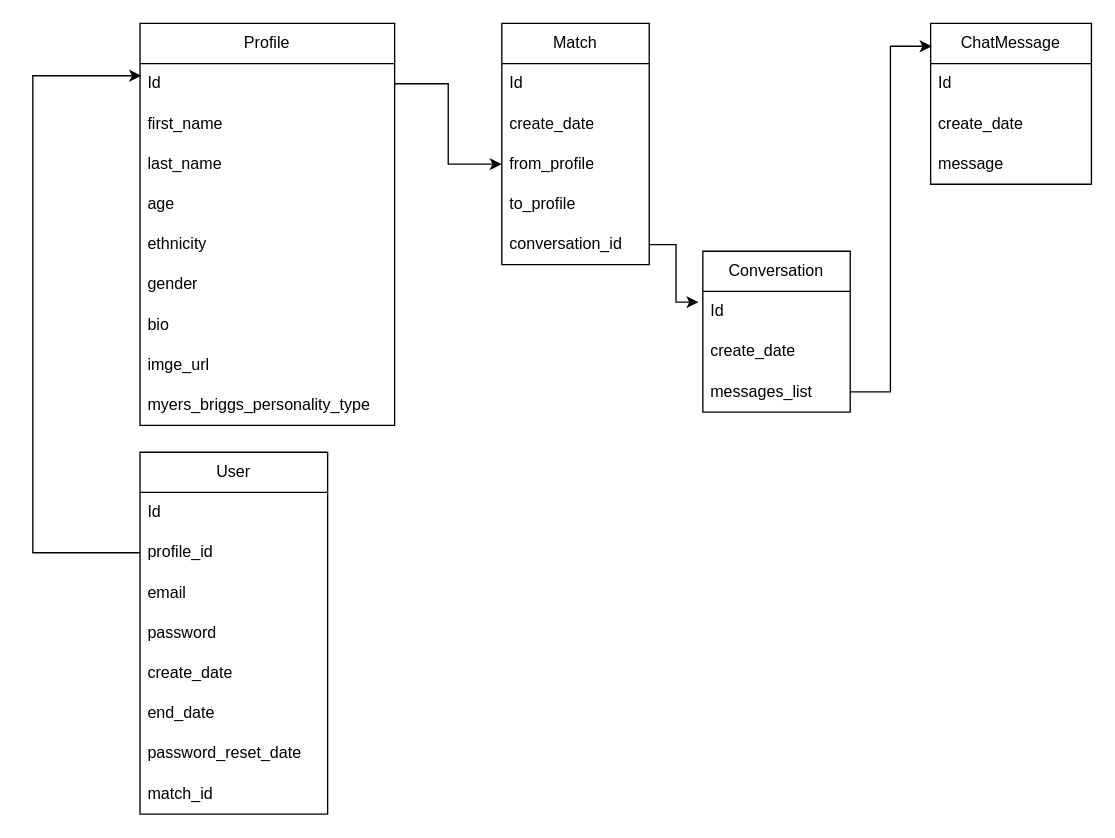
Earlier version of the draw.io diagram src/main/resources/TinderAiDbdrawio.drawio (jclucasasp/loving-ai-backend). Source tidied: cells renumbered, new cells numbered last; positions are measured from the earlier drawing's top-left corner, leaving out a move shared by most shapes. Both pictures are drawn from the tidied source at 134%, with x=0, y=0 at pixel (32, 23).
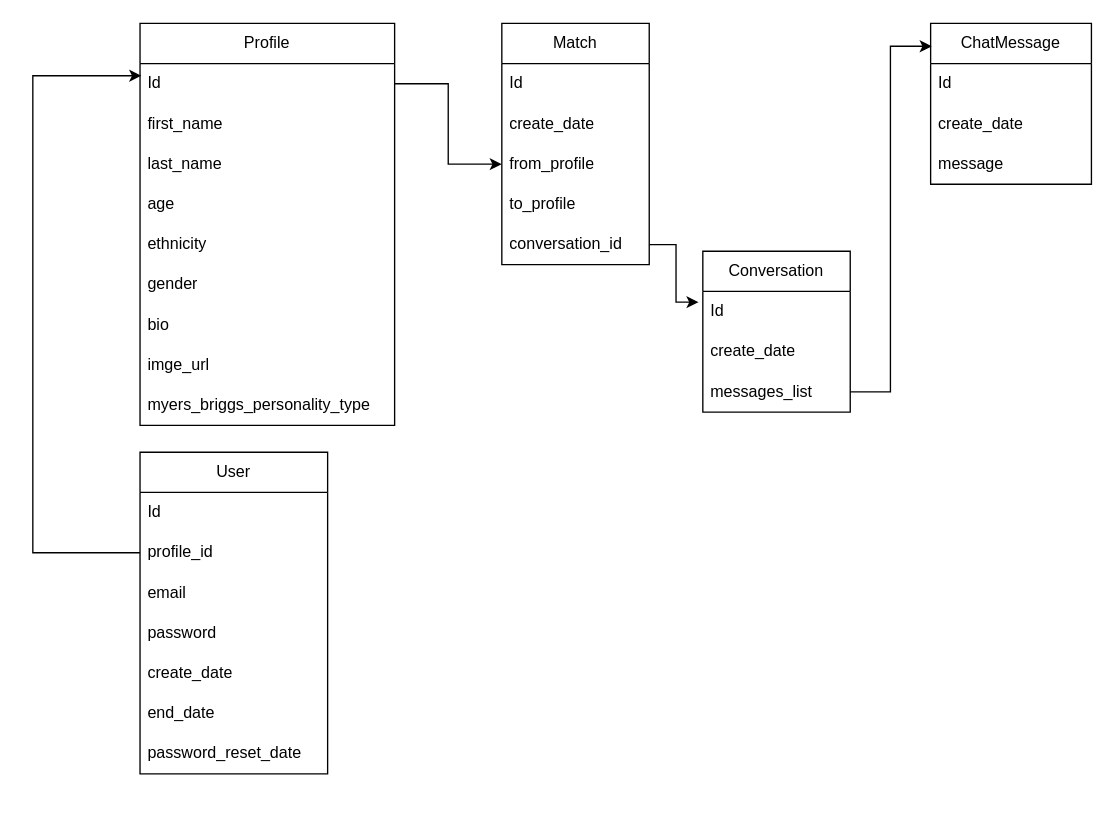
The same diagram, later.

Diff of the diagram source:
```diff
@@
     <mxCell id="29" value="User" style="swimlane;fontStyle=0;horizontal=1;startSize=30;whiteSpace=wrap;html=1;" parent="1" vertex="1">
-      <mxGeometry x="80" y="320" width="140" height="270" as="geometry" />
+      <mxGeometry x="80" y="320" width="140" height="240" as="geometry" />
     </mxCell>
@@
-    <mxCell id="37" value="match_id" style="text;strokeColor=none;fillColor=none;align=left;verticalAlign=middle;spacingLeft=4;spacingRight=4;overflow=hidden;whiteSpace=wrap;html=1;" parent="29" vertex="1">
-      <mxGeometry y="240" width="140" height="30" as="geometry" />
-    </mxCell>
```
